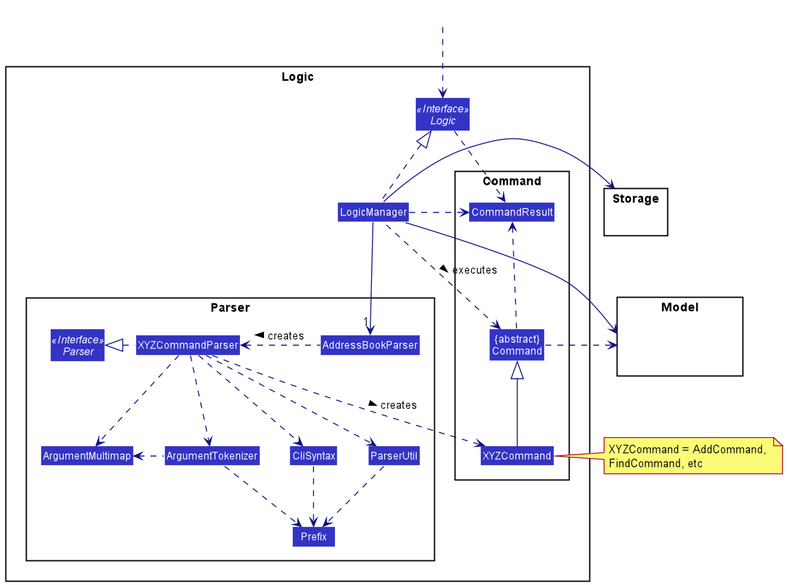
This is docs/images/LogicClassDiagram.png from nus-cs2103-AY2021S2/tp, a PlantUML export, as it was before one commit.
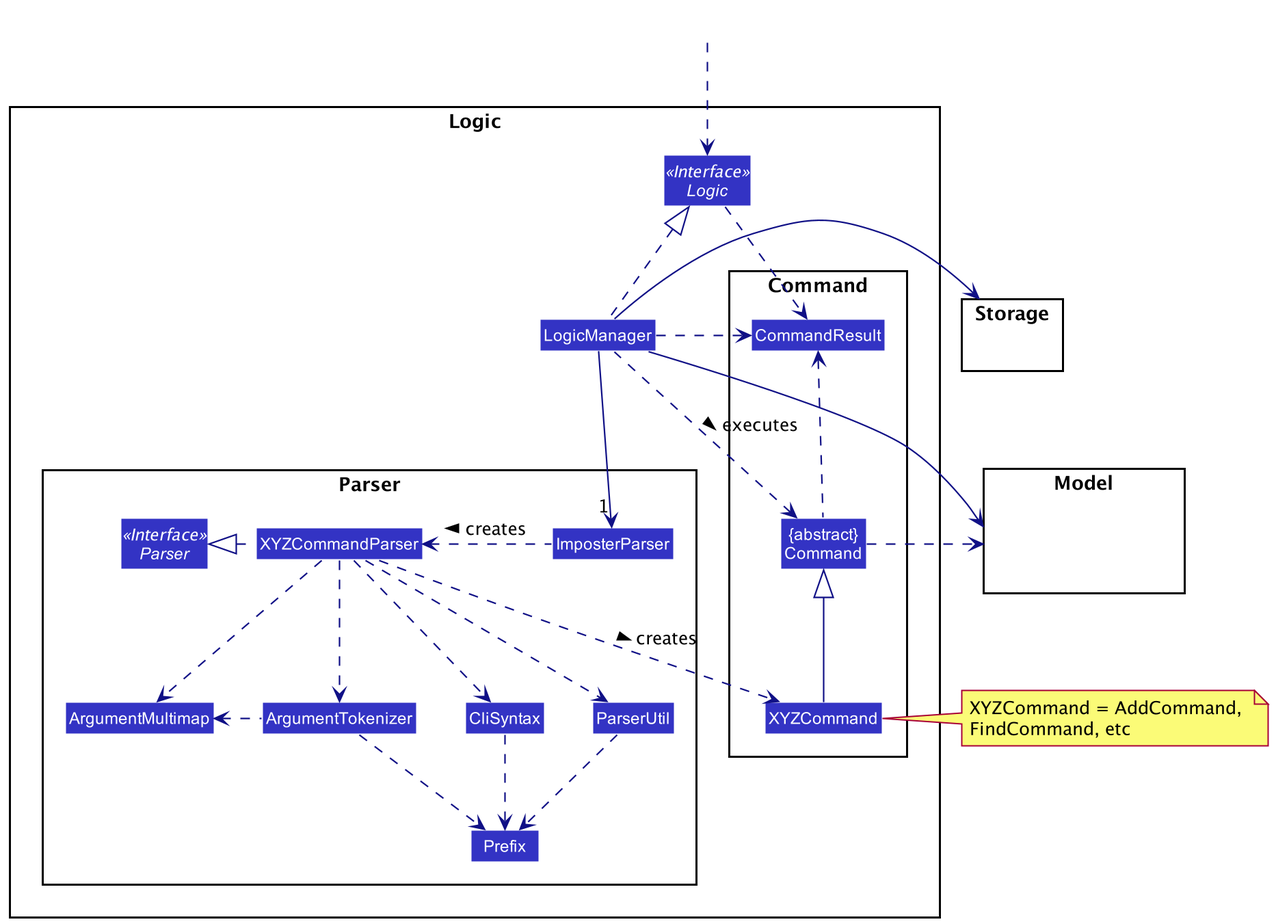
Above is the later version.

Commit message:
Chore: cleanup storage and logic diagrams after upstream merge

The edit, as a diff of the source:
```diff
@@ -8,7 +8,7 @@
 
 package Parser {
 Interface Parser <<Interface>>
-Class AddressBookParser
+Class ImposterParser
 Class XYZCommandParser
 Class CliSyntax
 Class ParserUtil
@@ -39,8 +39,8 @@
 HiddenOutside ..> Logic
 
 LogicManager .up.|> Logic
-LogicManager -->"1" AddressBookParser
-AddressBookParser .left.> XYZCommandParser: creates >
+LogicManager -->"1" ImposterParser
+ImposterParser .left.> XYZCommandParser: creates >
 
 XYZCommandParser ..> XYZCommand : creates >
 XYZCommandParser .left.|> Parser
```
